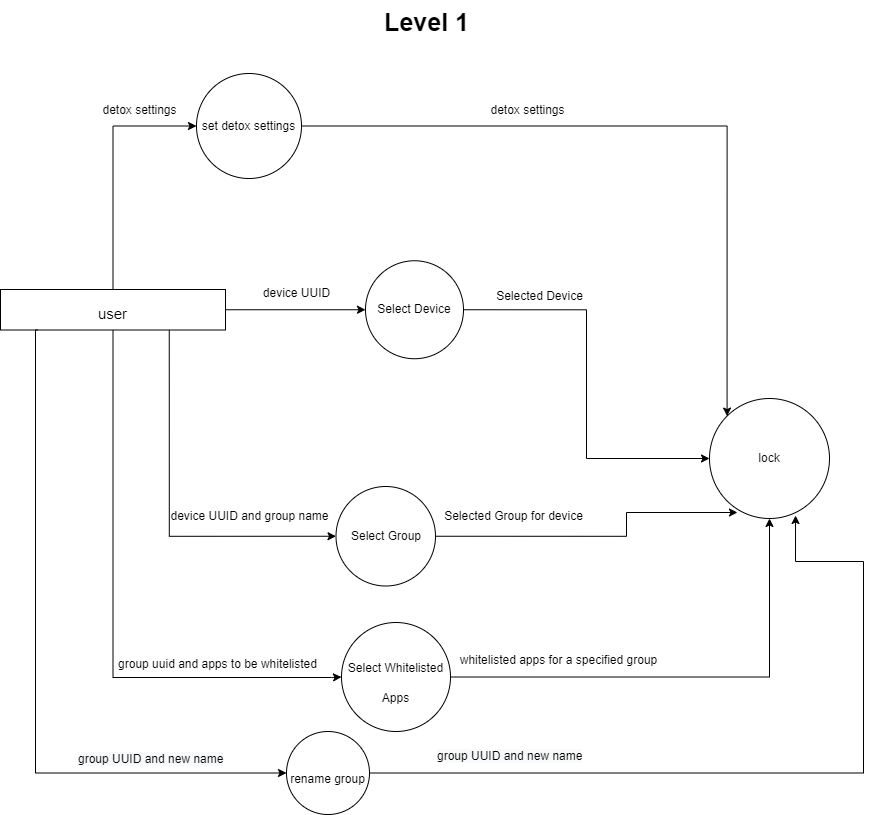
mohamed-sallam/awb-docs keeps this draw.io diagram as SRS/imgs/DFD-Data Flow Diagram level 1.drawio.png. Above is the earlier version. Source tidied: cells renumbered, new cells last; positions are measured from the earlier drawing's top-left corner, leaving out a move shared by most shapes. Its diagram source:
```xml
<mxGraphModel>
  <root>
    <mxCell id="0" />
    <mxCell id="1" parent="0" />
    <mxCell id="2" style="edgeStyle=orthogonalEdgeStyle;rounded=0;jettySize=auto;html=1;exitX=0.5;exitY=1;exitDx=0;exitDy=0;entryX=0;entryY=0.5;entryDx=0;entryDy=0;fontSize=12;" parent="1" edge="1" source="6" target="8">
      <mxGeometry relative="1" as="geometry">
        <Array as="points">
          <mxPoint x="113" y="677" />
          <mxPoint x="331" y="677" />
        </Array>
      </mxGeometry>
    </mxCell>
    <mxCell id="3" style="edgeStyle=orthogonalEdgeStyle;rounded=0;jettySize=auto;html=1;exitX=0.5;exitY=0;exitDx=0;exitDy=0;entryX=0;entryY=0.5;entryDx=0;entryDy=0;" parent="1" edge="1" source="6" target="12">
      <mxGeometry relative="1" as="geometry" />
    </mxCell>
    <mxCell id="4" style="edgeStyle=orthogonalEdgeStyle;rounded=0;jettySize=auto;html=1;exitX=1;exitY=0.5;exitDx=0;exitDy=0;entryX=0;entryY=0.5;entryDx=0;entryDy=0;" parent="1" edge="1" source="6" target="17">
      <mxGeometry relative="1" as="geometry" />
    </mxCell>
    <mxCell id="5" style="edgeStyle=orthogonalEdgeStyle;rounded=0;jettySize=auto;html=1;exitX=0.75;exitY=1;exitDx=0;exitDy=0;entryX=0;entryY=0.5;entryDx=0;entryDy=0;" parent="1" edge="1" source="6" target="21">
      <mxGeometry relative="1" as="geometry" />
    </mxCell>
    <mxCell id="6" value="&lt;font style=&quot;font-size: 15px;&quot;&gt;user&lt;/font&gt;" style="rounded=0;whiteSpace=wrap;html=1;fontSize=25;" parent="1" vertex="1">
      <mxGeometry y="289" width="225" height="40.5" as="geometry" />
    </mxCell>
    <mxCell id="7" style="edgeStyle=orthogonalEdgeStyle;rounded=0;jettySize=auto;html=1;exitX=1;exitY=0.5;exitDx=0;exitDy=0;entryX=0.5;entryY=1;entryDx=0;entryDy=0;" parent="1" edge="1" source="8" target="10">
      <mxGeometry relative="1" as="geometry" />
    </mxCell>
    <mxCell id="8" value="&lt;span style=&quot;font-size: 12px;&quot;&gt;Select Whitelisted Apps&lt;/span&gt;" style="ellipse;whiteSpace=wrap;html=1;fontSize=25;align=center;" parent="1" vertex="1">
      <mxGeometry x="341" y="622" width="109" height="109" as="geometry" />
    </mxCell>
    <mxCell id="9" value="group uuid and apps to be whitelisted" style="text;html=1;align=center;verticalAlign=middle;strokeColor=none;fillColor=none;fontSize=12;" parent="1" vertex="1">
      <mxGeometry x="108" y="651" width="217" height="26" as="geometry" />
    </mxCell>
    <mxCell id="10" value="lock" style="ellipse;whiteSpace=wrap;html=1;fontSize=12;" parent="1" vertex="1">
      <mxGeometry x="709" y="398" width="120" height="120" as="geometry" />
    </mxCell>
    <mxCell id="11" style="edgeStyle=orthogonalEdgeStyle;rounded=0;jettySize=auto;html=1;exitX=1;exitY=0.5;exitDx=0;exitDy=0;entryX=0;entryY=0;entryDx=0;entryDy=0;" parent="1" edge="1" source="12" target="10">
      <mxGeometry relative="1" as="geometry" />
    </mxCell>
    <mxCell id="12" value="set detox settings" style="ellipse;whiteSpace=wrap;html=1;fontSize=12;" parent="1" vertex="1">
      <mxGeometry x="196" y="73" width="105" height="105" as="geometry" />
    </mxCell>
    <mxCell id="13" value="whitelisted apps for a specified group" style="text;html=1;align=center;verticalAlign=middle;strokeColor=none;fillColor=none;fontSize=12;" parent="1" vertex="1">
      <mxGeometry x="450" y="647" width="215" height="26" as="geometry" />
    </mxCell>
    <mxCell id="14" value="&lt;b&gt;&lt;font style=&quot;font-size: 25px;&quot;&gt;Level 1&lt;/font&gt;&lt;/b&gt;" style="text;html=1;align=center;verticalAlign=middle;strokeColor=none;fillColor=none;" parent="1" vertex="1">
      <mxGeometry x="374" width="103" height="42" as="geometry" />
    </mxCell>
    <mxCell id="15" value="detox settings" style="text;html=1;align=center;verticalAlign=middle;strokeColor=none;fillColor=none;fontSize=12;" parent="1" vertex="1">
      <mxGeometry x="89" y="95" width="100" height="30" as="geometry" />
    </mxCell>
    <mxCell id="16" style="edgeStyle=orthogonalEdgeStyle;rounded=0;jettySize=auto;html=1;exitX=1;exitY=0.5;exitDx=0;exitDy=0;entryX=0;entryY=0.5;entryDx=0;entryDy=0;" parent="1" edge="1" source="17" target="10">
      <mxGeometry relative="1" as="geometry" />
    </mxCell>
    <mxCell id="17" value="Select Device" style="ellipse;whiteSpace=wrap;html=1;fontSize=12;" parent="1" vertex="1">
      <mxGeometry x="365" y="260.2" width="98" height="98" as="geometry" />
    </mxCell>
    <mxCell id="18" value="device UUID" style="text;html=1;align=center;verticalAlign=middle;strokeColor=none;fillColor=none;fontSize=12;" parent="1" vertex="1">
      <mxGeometry x="253" y="280" width="85" height="26" as="geometry" />
    </mxCell>
    <mxCell id="19" value="Selected Device" style="text;html=1;align=center;verticalAlign=middle;strokeColor=none;fillColor=none;fontSize=12;" parent="1" vertex="1">
      <mxGeometry x="486" y="283.2" width="105" height="26" as="geometry" />
    </mxCell>
    <mxCell id="20" style="edgeStyle=orthogonalEdgeStyle;rounded=0;jettySize=auto;html=1;exitX=1;exitY=0.5;exitDx=0;exitDy=0;entryX=0.233;entryY=0.95;entryDx=0;entryDy=0;entryPerimeter=0;" parent="1" edge="1" source="21" target="10">
      <mxGeometry relative="1" as="geometry">
        <Array as="points">
          <mxPoint x="626" y="536" />
          <mxPoint x="626" y="512" />
        </Array>
      </mxGeometry>
    </mxCell>
    <mxCell id="21" value="Select Group" style="ellipse;whiteSpace=wrap;html=1;fontSize=12;" parent="1" vertex="1">
      <mxGeometry x="335.5" y="486" width="99.5" height="99.5" as="geometry" />
    </mxCell>
    <mxCell id="22" value="&lt;span style=&quot;&quot;&gt;device UUID and group name&lt;/span&gt;" style="text;html=1;align=center;verticalAlign=middle;strokeColor=none;fillColor=none;fontSize=12;" parent="1" vertex="1">
      <mxGeometry x="158.5" y="501" width="180" height="30" as="geometry" />
    </mxCell>
    <mxCell id="23" value="Selected Group for device" style="text;html=1;align=center;verticalAlign=middle;strokeColor=none;fillColor=none;fontSize=12;" parent="1" vertex="1">
      <mxGeometry x="434" y="503" width="157" height="26" as="geometry" />
    </mxCell>
    <mxCell id="24" value="detox settings" style="text;html=1;align=center;verticalAlign=middle;strokeColor=none;fillColor=none;fontSize=12;" parent="1" vertex="1">
      <mxGeometry x="477" y="95" width="100" height="30" as="geometry" />
    </mxCell>
    <mxCell id="25" style="edgeStyle=orthogonalEdgeStyle;rounded=0;jettySize=auto;html=1;entryX=0;entryY=0.5;entryDx=0;entryDy=0;" parent="1" edge="1" target="27">
      <mxGeometry relative="1" as="geometry">
        <mxPoint x="37" y="329.5" as="sourcePoint" />
        <Array as="points">
          <mxPoint x="35" y="330" />
          <mxPoint x="35" y="773" />
        </Array>
      </mxGeometry>
    </mxCell>
    <mxCell id="26" style="edgeStyle=orthogonalEdgeStyle;rounded=0;jettySize=auto;html=1;entryX=0.717;entryY=0.975;entryDx=0;entryDy=0;entryPerimeter=0;" parent="1" edge="1" source="27" target="10">
      <mxGeometry relative="1" as="geometry">
        <Array as="points">
          <mxPoint x="863" y="773" />
          <mxPoint x="863" y="561" />
          <mxPoint x="795" y="561" />
        </Array>
      </mxGeometry>
    </mxCell>
    <mxCell id="27" value="&lt;span style=&quot;font-size: 12px;&quot;&gt;rename group&lt;/span&gt;" style="ellipse;whiteSpace=wrap;html=1;fontSize=25;align=center;" parent="1" vertex="1">
      <mxGeometry x="286" y="731" width="83" height="83" as="geometry" />
    </mxCell>
    <mxCell id="28" value="&lt;span style=&quot;color: rgb(0, 0, 0); font-family: Helvetica; font-size: 12px; font-style: normal; font-variant-ligatures: normal; font-variant-caps: normal; font-weight: 400; letter-spacing: normal; orphans: 2; text-align: center; text-indent: 0px; text-transform: none; widows: 2; word-spacing: 0px; -webkit-text-stroke-width: 0px; background-color: rgb(248, 249, 250); text-decoration-thickness: initial; text-decoration-style: initial; text-decoration-color: initial; float: none; display: inline !important;&quot;&gt;group UUID and new name&lt;/span&gt;" style="text;whiteSpace=wrap;html=1;" parent="1" vertex="1">
      <mxGeometry x="76" y="745" width="164" height="36" as="geometry" />
    </mxCell>
    <mxCell id="29" value="&lt;span style=&quot;color: rgb(0, 0, 0); font-family: Helvetica; font-size: 12px; font-style: normal; font-variant-ligatures: normal; font-variant-caps: normal; font-weight: 400; letter-spacing: normal; orphans: 2; text-align: center; text-indent: 0px; text-transform: none; widows: 2; word-spacing: 0px; -webkit-text-stroke-width: 0px; background-color: rgb(248, 249, 250); text-decoration-thickness: initial; text-decoration-style: initial; text-decoration-color: initial; float: none; display: inline !important;&quot;&gt;group UUID and new name&lt;/span&gt;" style="text;whiteSpace=wrap;html=1;" parent="1" vertex="1">
      <mxGeometry x="435" y="742" width="163" height="36" as="geometry" />
    </mxCell>
  </root>
</mxGraphModel>
```
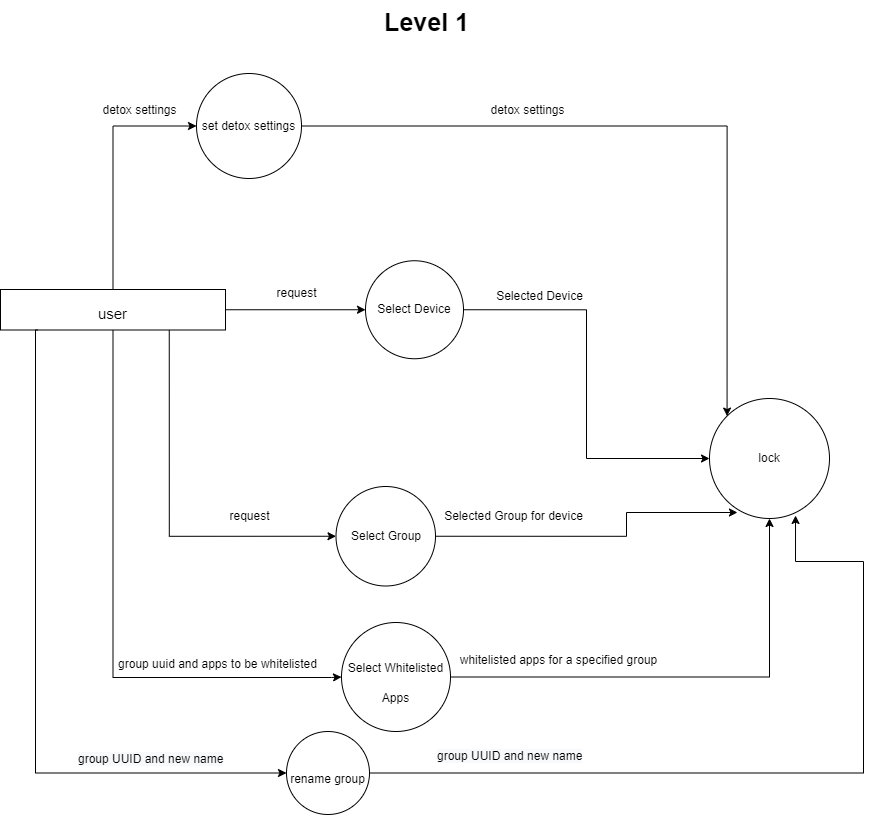
Later version of the same file.

Commit message:
srs/diagram/39/refactor_data_flow_diagram: final edit

The edit, as a diff of the source:
```diff
@@ -55,8 +55,8 @@
     <mxCell id="17" value="Select Device" style="ellipse;whiteSpace=wrap;html=1;fontSize=12;" parent="1" vertex="1">
       <mxGeometry x="365" y="260.2" width="98" height="98" as="geometry" />
     </mxCell>
-    <mxCell id="18" value="device UUID" style="text;html=1;align=center;verticalAlign=middle;strokeColor=none;fillColor=none;fontSize=12;" parent="1" vertex="1">
-      <mxGeometry x="253" y="280" width="85" height="26" as="geometry" />
+    <mxCell id="18" value="request" style="text;html=1;align=center;verticalAlign=middle;strokeColor=none;fillColor=none;fontSize=12;" parent="1" vertex="1">
+      <mxGeometry x="266" y="278" width="60" height="30" as="geometry" />
     </mxCell>
     <mxCell id="19" value="Selected Device" style="text;html=1;align=center;verticalAlign=middle;strokeColor=none;fillColor=none;fontSize=12;" parent="1" vertex="1">
       <mxGeometry x="486" y="283.2" width="105" height="26" as="geometry" />
@@ -72,8 +72,8 @@
     <mxCell id="21" value="Select Group" style="ellipse;whiteSpace=wrap;html=1;fontSize=12;" parent="1" vertex="1">
       <mxGeometry x="335.5" y="486" width="99.5" height="99.5" as="geometry" />
     </mxCell>
-    <mxCell id="22" value="&lt;span style=&quot;&quot;&gt;device UUID and group name&lt;/span&gt;" style="text;html=1;align=center;verticalAlign=middle;strokeColor=none;fillColor=none;fontSize=12;" parent="1" vertex="1">
-      <mxGeometry x="158.5" y="501" width="180" height="30" as="geometry" />
+    <mxCell id="22" value="&lt;span style=&quot;&quot;&gt;request&lt;/span&gt;" style="text;html=1;align=center;verticalAlign=middle;strokeColor=none;fillColor=none;fontSize=12;" parent="1" vertex="1">
+      <mxGeometry x="218.5" y="501" width="60" height="30" as="geometry" />
     </mxCell>
     <mxCell id="23" value="Selected Group for device" style="text;html=1;align=center;verticalAlign=middle;strokeColor=none;fillColor=none;fontSize=12;" parent="1" vertex="1">
       <mxGeometry x="434" y="503" width="157" height="26" as="geometry" />
```
